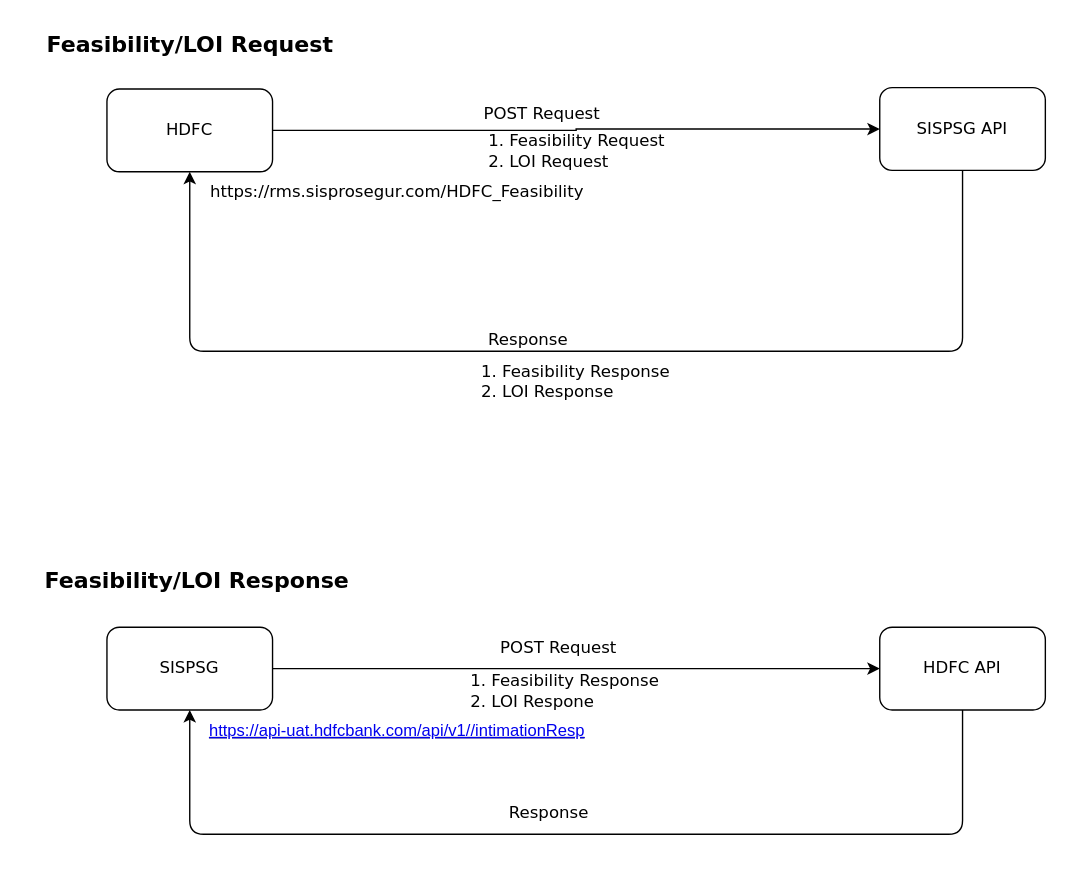
This is Hdfc.drawio from ubermachine/Drawio, a draw.io file, before an edit. Source tidied: cells renumbered, new cells numbered last; positions are measured from the earlier drawing's top-left corner, leaving out a move shared by most shapes. Both pictures are drawn from the tidied source at 138%, with x=0, y=0 at pixel (23, 23).
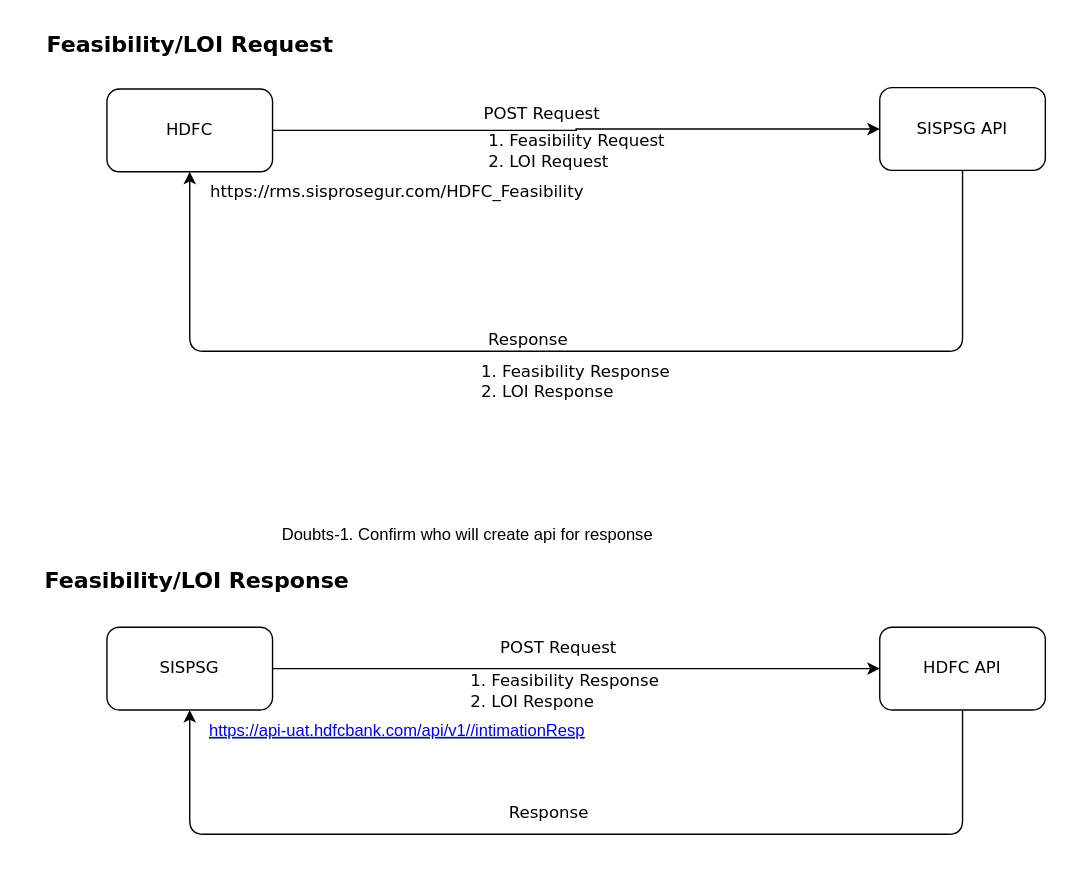
The same page after the edit.

The edit, as a diff of the source:
```diff
@@
+    <mxCell id="21" value="Doubts-1. Confirm who will create api for response " style="text;html=1;align=center;verticalAlign=middle;strokeColor=none;fillColor=none;" parent="1" vertex="1">
+      <mxGeometry x="176" y="355" width="290" height="30" as="geometry" />
+    </mxCell>
```
